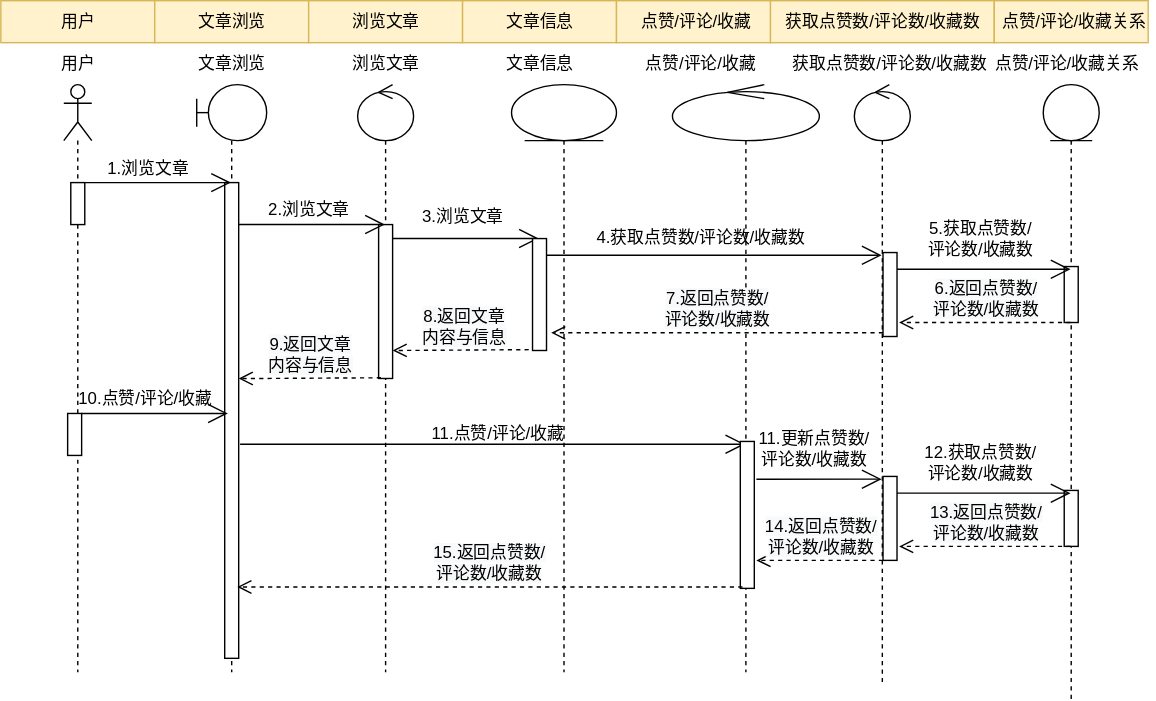
Above: 文章浏览序列图.drawio.svg in WuShangMo/SquidGame1 (draw.io), before the change. Source tidied: cells renumbered, new cells last; positions are measured from the earlier drawing's top-left corner, leaving out a move shared by most shapes. Its diagram source:
```xml
<mxGraphModel>
  <root>
    <mxCell id="0" />
    <mxCell id="1" parent="0" />
    <mxCell id="2" value="用户" style="html=1;fillColor=#fff2cc;strokeColor=#d6b656;" parent="1" vertex="1">
      <mxGeometry width="110" height="30" as="geometry" />
    </mxCell>
    <mxCell id="3" value="文章浏览" style="html=1;fillColor=#fff2cc;strokeColor=#d6b656;" parent="1" vertex="1">
      <mxGeometry x="110" width="110" height="30" as="geometry" />
    </mxCell>
    <mxCell id="4" value="浏览文章" style="html=1;fillColor=#fff2cc;strokeColor=#d6b656;" parent="1" vertex="1">
      <mxGeometry x="220" width="110" height="30" as="geometry" />
    </mxCell>
    <mxCell id="5" value="文章信息" style="html=1;fillColor=#fff2cc;strokeColor=#d6b656;" parent="1" vertex="1">
      <mxGeometry x="330" width="110" height="30" as="geometry" />
    </mxCell>
    <mxCell id="6" value="获取点赞数/评论数/收藏数" style="html=1;fillColor=#fff2cc;strokeColor=#d6b656;" parent="1" vertex="1">
      <mxGeometry x="550" width="160" height="30" as="geometry" />
    </mxCell>
    <mxCell id="7" value="&amp;nbsp;点赞/评论/收藏关系" style="html=1;fillColor=#fff2cc;strokeColor=#d6b656;" parent="1" vertex="1">
      <mxGeometry x="710" width="110" height="30" as="geometry" />
    </mxCell>
    <mxCell id="8" value="&amp;nbsp;点赞/评论/收藏" style="html=1;fillColor=#fff2cc;strokeColor=#d6b656;" parent="1" vertex="1">
      <mxGeometry x="440" width="110" height="30" as="geometry" />
    </mxCell>
    <mxCell id="9" style="shape=umlLifeline;participant=umlBoundary;perimeter=lifelinePerimeter;whiteSpace=wrap;html=1;verticalAlign=top;spacingTop=36;outlineConnect=0;" parent="1" vertex="1">
      <mxGeometry x="140" y="60" width="50" height="420" as="geometry" />
    </mxCell>
    <mxCell id="10" style="html=1;points=[];perimeter=orthogonalPerimeter;" parent="9" vertex="1">
      <mxGeometry x="20" y="70" width="10" height="340" as="geometry" />
    </mxCell>
    <mxCell id="11" style="shape=umlLifeline;participant=umlControl;perimeter=lifelinePerimeter;whiteSpace=wrap;html=1;verticalAlign=top;spacingTop=36;" parent="1" vertex="1">
      <mxGeometry x="255" y="60" width="40" height="420" as="geometry" />
    </mxCell>
    <mxCell id="12" style="html=1;perimeter=orthogonalPerimeter;" parent="11" vertex="1">
      <mxGeometry x="15" y="100" width="10" height="110" as="geometry" />
    </mxCell>
    <mxCell id="13" value="&lt;span style=&quot;font-size: 12px; background-color: rgb(248, 249, 250);&quot;&gt;8.返回文章&lt;br&gt;内容与信息&lt;/span&gt;" style="html=1;verticalAlign=bottom;endArrow=open;dashed=1;endSize=8;rounded=0;exitX=0.333;exitY=0.992;exitDx=0;exitDy=0;exitPerimeter=0;" parent="11" edge="1" source="46">
      <mxGeometry relative="1" as="geometry">
        <mxPoint x="25" y="190" as="targetPoint" />
      </mxGeometry>
    </mxCell>
    <mxCell id="14" style="shape=umlLifeline;participant=umlEntity;perimeter=lifelinePerimeter;whiteSpace=wrap;html=1;verticalAlign=top;spacingTop=36;" parent="1" vertex="1">
      <mxGeometry x="365" y="60" width="75" height="420" as="geometry" />
    </mxCell>
    <mxCell id="15" value="11.点赞/评论/收藏" style="text;html=1;align=center;verticalAlign=middle;strokeColor=none;fillColor=none;" parent="14" vertex="1">
      <mxGeometry x="-70" y="235" width="120" height="30" as="geometry" />
    </mxCell>
    <mxCell id="16" style="shape=umlLifeline;participant=umlControl;perimeter=lifelinePerimeter;whiteSpace=wrap;html=1;verticalAlign=top;spacingTop=36;outlineConnect=0;" parent="1" vertex="1">
      <mxGeometry x="480" y="60" width="105" height="420" as="geometry" />
    </mxCell>
    <mxCell id="17" value="4.获取点赞数/评论数/收藏数" style="text;html=1;align=center;verticalAlign=middle;strokeColor=none;fillColor=none;" parent="16" vertex="1">
      <mxGeometry x="-65" y="95" width="170" height="30" as="geometry" />
    </mxCell>
    <mxCell id="18" style="endArrow=open;endFill=1;endSize=12;html=1;rounded=0;jumpSize=10;" parent="16" edge="1" target="16">
      <mxGeometry relative="1" as="geometry">
        <mxPoint x="-309" y="257" as="sourcePoint" />
      </mxGeometry>
    </mxCell>
    <mxCell id="19" style="html=1;perimeter=orthogonalPerimeter;" parent="16" vertex="1">
      <mxGeometry x="48.5" y="255" width="10" height="105" as="geometry" />
    </mxCell>
    <mxCell id="20" value="&lt;span style=&quot;font-size: 12px; background-color: rgb(248, 249, 250);&quot;&gt;15.返回点赞数/&lt;/span&gt;&lt;br style=&quot;font-size: 12px; background-color: rgb(248, 249, 250);&quot;&gt;&lt;span style=&quot;font-size: 12px; background-color: rgb(248, 249, 250);&quot;&gt;评论数/收藏数&lt;/span&gt;" style="html=1;verticalAlign=bottom;endArrow=open;dashed=1;endSize=8;rounded=0;" parent="16" edge="1">
      <mxGeometry relative="1" as="geometry">
        <mxPoint x="50" y="359" as="sourcePoint" />
        <mxPoint x="-311" y="359" as="targetPoint" />
      </mxGeometry>
    </mxCell>
    <mxCell id="21" style="shape=umlLifeline;participant=umlEntity;perimeter=lifelinePerimeter;whiteSpace=wrap;html=1;verticalAlign=top;spacingTop=36;outlineConnect=0;" parent="1" vertex="1">
      <mxGeometry x="745" y="60" width="40" height="440" as="geometry" />
    </mxCell>
    <mxCell id="22" style="html=1;perimeter=orthogonalPerimeter;" parent="21" vertex="1">
      <mxGeometry x="15" y="130" width="10" height="40" as="geometry" />
    </mxCell>
    <mxCell id="23" style="html=1;perimeter=orthogonalPerimeter;" parent="21" vertex="1">
      <mxGeometry x="15" y="290" width="10" height="40" as="geometry" />
    </mxCell>
    <mxCell id="24" style="endArrow=open;endFill=1;endSize=12;html=1;rounded=0;" parent="21" edge="1">
      <mxGeometry relative="1" as="geometry">
        <mxPoint x="-205" y="282" as="sourcePoint" />
        <mxPoint x="-115.5" y="282" as="targetPoint" />
      </mxGeometry>
    </mxCell>
    <mxCell id="25" style="html=1;points=[];perimeter=orthogonalPerimeter;" parent="21" vertex="1">
      <mxGeometry x="-114.5" y="280" width="10" height="60" as="geometry" />
    </mxCell>
    <mxCell id="26" style="endArrow=open;endFill=1;endSize=12;html=1;rounded=0;exitX=1;exitY=0.094;exitDx=0;exitDy=0;exitPerimeter=0;" parent="21" edge="1">
      <mxGeometry relative="1" as="geometry">
        <mxPoint x="-104.5" y="292" as="sourcePoint" />
        <mxPoint x="19.5" y="292" as="targetPoint" />
      </mxGeometry>
    </mxCell>
    <mxCell id="27" value="12.获取点赞数/&lt;br&gt;评论数/收藏数" style="text;html=1;align=center;verticalAlign=middle;strokeColor=none;fillColor=none;" parent="21" vertex="1">
      <mxGeometry x="-95" y="250" width="100" height="40" as="geometry" />
    </mxCell>
    <mxCell id="28" value="&lt;span style=&quot;font-size: 12px; background-color: rgb(248, 249, 250);&quot;&gt;13.返回点赞数/&lt;/span&gt;&lt;br style=&quot;font-size: 12px; background-color: rgb(248, 249, 250);&quot;&gt;&lt;span style=&quot;font-size: 12px; background-color: rgb(248, 249, 250);&quot;&gt;评论数/收藏数&lt;/span&gt;" style="html=1;verticalAlign=bottom;endArrow=open;dashed=1;endSize=8;rounded=0;" parent="21" edge="1">
      <mxGeometry relative="1" as="geometry">
        <mxPoint x="19.5" y="330" as="sourcePoint" />
        <mxPoint x="-103" y="330" as="targetPoint" />
      </mxGeometry>
    </mxCell>
    <mxCell id="29" value="&lt;span style=&quot;font-size: 12px; background-color: rgb(248, 249, 250);&quot;&gt;14.返回点赞数/&lt;/span&gt;&lt;br style=&quot;font-size: 12px; background-color: rgb(248, 249, 250);&quot;&gt;&lt;span style=&quot;font-size: 12px; background-color: rgb(248, 249, 250);&quot;&gt;评论数/收藏数&lt;/span&gt;" style="html=1;verticalAlign=bottom;endArrow=open;dashed=1;endSize=8;rounded=0;" parent="21" edge="1" source="25">
      <mxGeometry relative="1" as="geometry">
        <mxPoint x="-205" y="340" as="targetPoint" />
      </mxGeometry>
    </mxCell>
    <mxCell id="30" style="shape=umlLifeline;participant=umlControl;perimeter=lifelinePerimeter;whiteSpace=wrap;html=1;verticalAlign=top;spacingTop=36;outlineConnect=0;" parent="1" vertex="1">
      <mxGeometry x="610" y="60" width="40" height="430" as="geometry" />
    </mxCell>
    <mxCell id="31" value="文章浏览" style="text;html=1;align=center;verticalAlign=middle;strokeColor=none;fillColor=none;" parent="1" vertex="1">
      <mxGeometry x="130" y="30" width="70" height="30" as="geometry" />
    </mxCell>
    <mxCell id="32" value="浏览文章" style="text;html=1;align=center;verticalAlign=middle;strokeColor=none;fillColor=none;" parent="1" vertex="1">
      <mxGeometry x="240" y="30" width="70" height="30" as="geometry" />
    </mxCell>
    <mxCell id="33" value="文章信息" style="text;html=1;align=center;verticalAlign=middle;strokeColor=none;fillColor=none;" parent="1" vertex="1">
      <mxGeometry x="350" y="30" width="70" height="30" as="geometry" />
    </mxCell>
    <mxCell id="34" value="点赞/评论/收藏" style="text;html=1;align=center;verticalAlign=middle;strokeColor=none;fillColor=none;" parent="1" vertex="1">
      <mxGeometry x="450" y="30" width="100" height="30" as="geometry" />
    </mxCell>
    <mxCell id="35" value="获取点赞数/评论数/收藏数" style="text;html=1;align=center;verticalAlign=middle;strokeColor=none;fillColor=none;" parent="1" vertex="1">
      <mxGeometry x="555" y="30" width="160" height="30" as="geometry" />
    </mxCell>
    <mxCell id="36" value="&amp;nbsp;点赞/评论/收藏关系" style="text;html=1;align=center;verticalAlign=middle;strokeColor=none;fillColor=none;" parent="1" vertex="1">
      <mxGeometry x="695" y="30" width="130" height="30" as="geometry" />
    </mxCell>
    <mxCell id="37" style="shape=umlLifeline;participant=umlActor;perimeter=lifelinePerimeter;whiteSpace=wrap;html=1;verticalAlign=top;spacingTop=36;" parent="1" vertex="1">
      <mxGeometry x="45" y="60" width="20" height="420" as="geometry" />
    </mxCell>
    <mxCell id="38" style="html=1;perimeter=orthogonalPerimeter;" parent="37" vertex="1">
      <mxGeometry x="5" y="70" width="10" height="30" as="geometry" />
    </mxCell>
    <mxCell id="39" value="用户" style="text;html=1;align=center;verticalAlign=middle;strokeColor=none;fillColor=none;" parent="1" vertex="1">
      <mxGeometry x="30" y="30" width="50" height="30" as="geometry" />
    </mxCell>
    <mxCell id="40" style="endArrow=open;endFill=1;endSize=12;html=1;rounded=0;" parent="1" edge="1" target="9">
      <mxGeometry relative="1" as="geometry">
        <mxPoint x="60" y="130" as="sourcePoint" />
      </mxGeometry>
    </mxCell>
    <mxCell id="41" value="1.浏览文章" style="text;html=1;align=center;verticalAlign=middle;strokeColor=none;fillColor=none;" parent="1" vertex="1">
      <mxGeometry x="65" y="105" width="80" height="30" as="geometry" />
    </mxCell>
    <mxCell id="42" style="endArrow=open;endFill=1;endSize=12;html=1;rounded=0;exitX=1;exitY=0.094;exitDx=0;exitDy=0;exitPerimeter=0;" parent="1" edge="1">
      <mxGeometry relative="1" as="geometry">
        <mxPoint x="170" y="160" as="sourcePoint" />
        <mxPoint x="274.5" y="160" as="targetPoint" />
      </mxGeometry>
    </mxCell>
    <mxCell id="43" value="2.浏览文章" style="text;html=1;align=center;verticalAlign=middle;strokeColor=none;fillColor=none;" parent="1" vertex="1">
      <mxGeometry x="180" y="135" width="80" height="30" as="geometry" />
    </mxCell>
    <mxCell id="44" style="endArrow=open;endFill=1;endSize=12;html=1;rounded=0;exitX=1;exitY=0.094;exitDx=0;exitDy=0;exitPerimeter=0;" parent="1" edge="1">
      <mxGeometry relative="1" as="geometry">
        <mxPoint x="280" y="170" as="sourcePoint" />
        <mxPoint x="384.5" y="170" as="targetPoint" />
      </mxGeometry>
    </mxCell>
    <mxCell id="45" value="3.浏览文章" style="text;html=1;align=center;verticalAlign=middle;strokeColor=none;fillColor=none;" parent="1" vertex="1">
      <mxGeometry x="290" y="140" width="80" height="30" as="geometry" />
    </mxCell>
    <mxCell id="46" style="html=1;points=[];perimeter=orthogonalPerimeter;" parent="1" vertex="1">
      <mxGeometry x="380" y="170" width="10" height="80" as="geometry" />
    </mxCell>
    <mxCell id="47" style="endArrow=open;endFill=1;endSize=12;html=1;rounded=0;exitX=1;exitY=0.094;exitDx=0;exitDy=0;exitPerimeter=0;" parent="1" edge="1" target="30">
      <mxGeometry relative="1" as="geometry">
        <mxPoint x="390" y="182" as="sourcePoint" />
      </mxGeometry>
    </mxCell>
    <mxCell id="48" style="html=1;points=[];perimeter=orthogonalPerimeter;" parent="1" vertex="1">
      <mxGeometry x="630.5" y="180" width="10" height="60" as="geometry" />
    </mxCell>
    <mxCell id="49" style="endArrow=open;endFill=1;endSize=12;html=1;rounded=0;exitX=1;exitY=0.094;exitDx=0;exitDy=0;exitPerimeter=0;" parent="1" edge="1" target="21">
      <mxGeometry relative="1" as="geometry">
        <mxPoint x="640.5" y="192" as="sourcePoint" />
      </mxGeometry>
    </mxCell>
    <mxCell id="50" value="5.获取点赞数/&lt;br&gt;评论数/收藏数" style="text;html=1;align=center;verticalAlign=middle;strokeColor=none;fillColor=none;" parent="1" vertex="1">
      <mxGeometry x="650" y="150" width="100" height="40" as="geometry" />
    </mxCell>
    <mxCell id="51" value="&lt;span style=&quot;font-size: 12px; background-color: rgb(248, 249, 250);&quot;&gt;6.返回点赞数/&lt;/span&gt;&lt;br style=&quot;font-size: 12px; background-color: rgb(248, 249, 250);&quot;&gt;&lt;span style=&quot;font-size: 12px; background-color: rgb(248, 249, 250);&quot;&gt;评论数/收藏数&lt;/span&gt;" style="html=1;verticalAlign=bottom;endArrow=open;dashed=1;endSize=8;rounded=0;" parent="1" edge="1" source="21">
      <mxGeometry relative="1" as="geometry">
        <mxPoint x="642" y="230" as="targetPoint" />
      </mxGeometry>
    </mxCell>
    <mxCell id="52" value="&lt;span style=&quot;font-size: 12px; background-color: rgb(248, 249, 250);&quot;&gt;7.返回点赞数/&lt;/span&gt;&lt;br style=&quot;font-size: 12px; background-color: rgb(248, 249, 250);&quot;&gt;&lt;span style=&quot;font-size: 12px; background-color: rgb(248, 249, 250);&quot;&gt;评论数/收藏数&lt;/span&gt;" style="html=1;verticalAlign=bottom;endArrow=open;dashed=1;endSize=8;rounded=0;entryX=1.333;entryY=0.842;entryDx=0;entryDy=0;entryPerimeter=0;" parent="1" edge="1" source="48" target="46">
      <mxGeometry relative="1" as="geometry" />
    </mxCell>
    <mxCell id="53" value="&lt;span style=&quot;font-size: 12px; background-color: rgb(248, 249, 250);&quot;&gt;9.返回文章&lt;br&gt;内容与信息&lt;/span&gt;" style="html=1;verticalAlign=bottom;endArrow=open;dashed=1;endSize=8;rounded=0;exitX=0.333;exitY=0.992;exitDx=0;exitDy=0;exitPerimeter=0;entryX=1;entryY=0.412;entryDx=0;entryDy=0;entryPerimeter=0;" parent="1" edge="1" target="10">
      <mxGeometry relative="1" as="geometry">
        <mxPoint x="271.7" y="269.5" as="sourcePoint" />
      </mxGeometry>
    </mxCell>
    <mxCell id="54" style="html=1;perimeter=orthogonalPerimeter;" parent="1" vertex="1">
      <mxGeometry x="47.8" y="295" width="10" height="30" as="geometry" />
    </mxCell>
    <mxCell id="55" style="endArrow=open;endFill=1;endSize=12;html=1;rounded=0;" parent="1" edge="1">
      <mxGeometry relative="1" as="geometry">
        <mxPoint x="57.8" y="295" as="sourcePoint" />
        <mxPoint x="162.2" y="295" as="targetPoint" />
      </mxGeometry>
    </mxCell>
    <mxCell id="56" value="10.点赞/评论/收藏" style="text;html=1;align=center;verticalAlign=middle;strokeColor=none;fillColor=none;" parent="1" vertex="1">
      <mxGeometry x="42.8" y="270" width="120" height="30" as="geometry" />
    </mxCell>
    <mxCell id="57" value="11.更新点赞数/&lt;br&gt;评论数/收藏数" style="text;html=1;align=center;verticalAlign=middle;strokeColor=none;fillColor=none;" parent="1" vertex="1">
      <mxGeometry x="530.5" y="300" width="100" height="40" as="geometry" />
    </mxCell>
  </root>
</mxGraphModel>
```
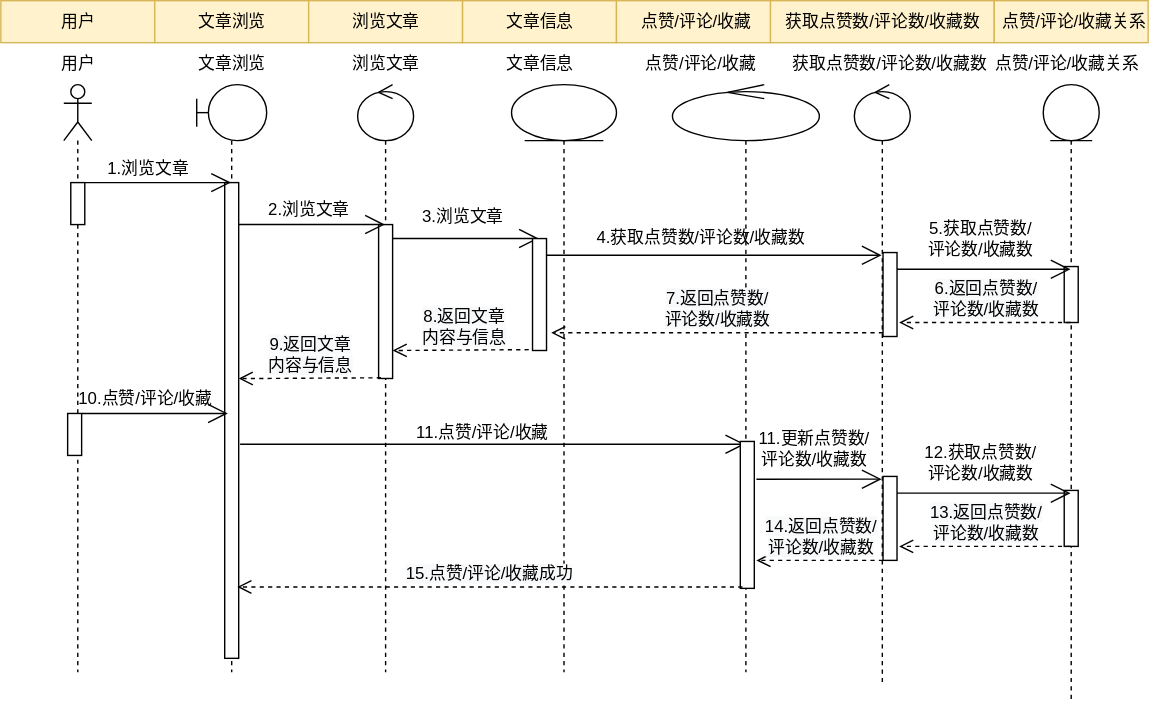
The same file after the commit.

Commit message:
更新文章浏览序列图.drawio.svg

Change to the diagram source:
```diff
@@ -44,7 +44,7 @@
       <mxGeometry x="365" y="60" width="75" height="420" as="geometry" />
     </mxCell>
     <mxCell id="15" value="11.点赞/评论/收藏" style="text;html=1;align=center;verticalAlign=middle;strokeColor=none;fillColor=none;" parent="14" vertex="1">
-      <mxGeometry x="-70" y="235" width="120" height="30" as="geometry" />
+      <mxGeometry x="-81" y="234" width="120" height="30" as="geometry" />
     </mxCell>
     <mxCell id="16" style="shape=umlLifeline;participant=umlControl;perimeter=lifelinePerimeter;whiteSpace=wrap;html=1;verticalAlign=top;spacingTop=36;outlineConnect=0;" parent="1" vertex="1">
       <mxGeometry x="480" y="60" width="105" height="420" as="geometry" />
@@ -60,7 +60,7 @@
     <mxCell id="19" style="html=1;perimeter=orthogonalPerimeter;" parent="16" vertex="1">
       <mxGeometry x="48.5" y="255" width="10" height="105" as="geometry" />
     </mxCell>
-    <mxCell id="20" value="&lt;span style=&quot;font-size: 12px; background-color: rgb(248, 249, 250);&quot;&gt;15.返回点赞数/&lt;/span&gt;&lt;br style=&quot;font-size: 12px; background-color: rgb(248, 249, 250);&quot;&gt;&lt;span style=&quot;font-size: 12px; background-color: rgb(248, 249, 250);&quot;&gt;评论数/收藏数&lt;/span&gt;" style="html=1;verticalAlign=bottom;endArrow=open;dashed=1;endSize=8;rounded=0;" parent="16" edge="1">
+    <mxCell id="20" value="&lt;span style=&quot;font-size: 12px; background-color: rgb(248, 249, 250);&quot;&gt;15.点赞/评论/收藏成功&lt;/span&gt;" style="html=1;verticalAlign=bottom;endArrow=open;dashed=1;endSize=8;rounded=0;" parent="16" edge="1">
       <mxGeometry relative="1" as="geometry">
         <mxPoint x="50" y="359" as="sourcePoint" />
         <mxPoint x="-311" y="359" as="targetPoint" />
```
